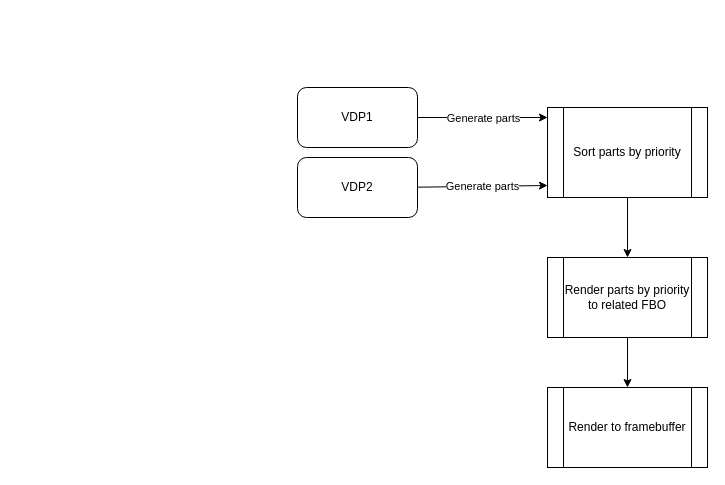
Above: saturnin/docs/vdp_cache.drawio in rtoumazet/saturnin (draw.io), before the change. Source tidied: cells renumbered, new cells numbered last; positions are measured from the earlier drawing's top-left corner, leaving out a move shared by most shapes. Both pictures are drawn from the tidied source at 100%, with x=0, y=0 at pixel (297, 87).
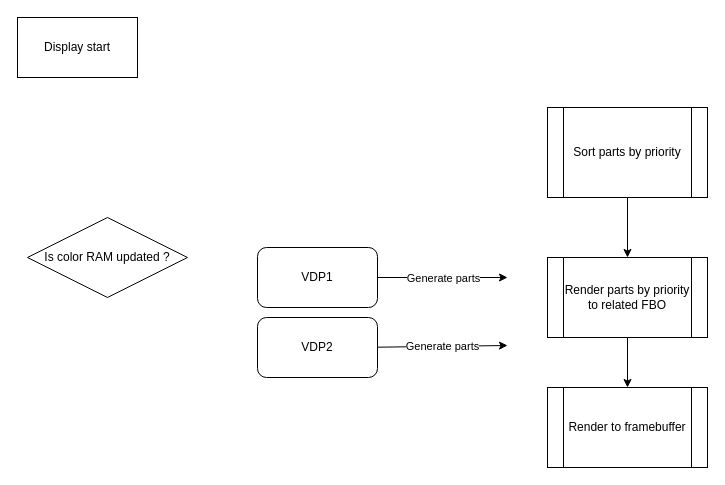
The same page after the edit.

Change to the diagram source:
```diff
@@
 <mxGraphModel>
   <root>
     <mxCell id="0" />
     <mxCell id="1" parent="0" />
     <mxCell id="2" value="VDP1" style="rounded=1;whiteSpace=wrap;html=1;" parent="1" vertex="1">
-      <mxGeometry width="120" height="60" as="geometry" />
+      <mxGeometry x="-40" y="160" width="120" height="60" as="geometry" />
     </mxCell>
     <mxCell id="3" value="VDP2" style="rounded=1;whiteSpace=wrap;html=1;" parent="1" vertex="1">
-      <mxGeometry y="70" width="120" height="60" as="geometry" />
+      <mxGeometry x="-40" y="230" width="120" height="60" as="geometry" />
     </mxCell>
     <mxCell id="4" style="endArrow=classic;html=1;rounded=0;exitX=1;exitY=0.5;exitDx=0;exitDy=0;" parent="1" edge="1" source="2">
       <mxGeometry relative="1" as="geometry">
-        <mxPoint x="250" y="30" as="targetPoint" />
+        <mxPoint x="210" y="190" as="targetPoint" />
       </mxGeometry>
     </mxCell>
     <mxCell id="5" value="Generate parts" style="edgeLabel;html=1;align=center;verticalAlign=middle;" parent="4" vertex="1">
       <mxGeometry relative="1" as="geometry" />
     </mxCell>
     <mxCell id="6" style="endArrow=classic;html=1;rounded=0;exitX=1;exitY=0.5;exitDx=0;exitDy=0;" parent="1" edge="1">
       <mxGeometry relative="1" as="geometry">
-        <mxPoint x="120" y="99.7" as="sourcePoint" />
-        <mxPoint x="250" y="98" as="targetPoint" />
+        <mxPoint x="80" y="259.7" as="sourcePoint" />
+        <mxPoint x="210" y="258" as="targetPoint" />
       </mxGeometry>
     </mxCell>
     <mxCell id="7" value="Generate parts" style="edgeLabel;html=1;align=center;verticalAlign=middle;" parent="6" vertex="1">
       <mxGeometry relative="1" as="geometry" />
     </mxCell>
     <mxCell id="8" style="edgeStyle=orthogonalEdgeStyle;rounded=0;jettySize=auto;html=1;" parent="1" edge="1" source="9" target="11">
       <mxGeometry relative="1" as="geometry" />
     </mxCell>
     <mxCell id="9" value="Sort parts by priority&lt;br&gt;" style="shape=process;whiteSpace=wrap;html=1;backgroundOutline=1;" parent="1" vertex="1">
       <mxGeometry x="250" y="20" width="160" height="90" as="geometry" />
     </mxCell>
     <mxCell id="10" style="edgeStyle=orthogonalEdgeStyle;rounded=0;jettySize=auto;html=1;" parent="1" edge="1" source="11" target="12">
       <mxGeometry relative="1" as="geometry" />
     </mxCell>
     <mxCell id="11" value="Render parts by priority to related FBO" style="shape=process;whiteSpace=wrap;html=1;backgroundOutline=1;" parent="1" vertex="1">
       <mxGeometry x="250" y="170" width="160" height="80" as="geometry" />
     </mxCell>
     <mxCell id="12" value="Render to framebuffer" style="shape=process;whiteSpace=wrap;html=1;backgroundOutline=1;" parent="1" vertex="1">
       <mxGeometry x="250" y="300" width="160" height="80" as="geometry" />
     </mxCell>
+    <mxCell id="13" value="Is color RAM updated ?" style="rhombus;whiteSpace=wrap;html=1;" parent="1" vertex="1">
+      <mxGeometry x="-270" y="130" width="160" height="80" as="geometry" />
+    </mxCell>
+    <mxCell id="14" value="Display start" style="rounded=0;whiteSpace=wrap;html=1;" parent="1" vertex="1">
+      <mxGeometry x="-280" y="-70" width="120" height="60" as="geometry" />
+    </mxCell>
   </root>
 </mxGraphModel>
```
